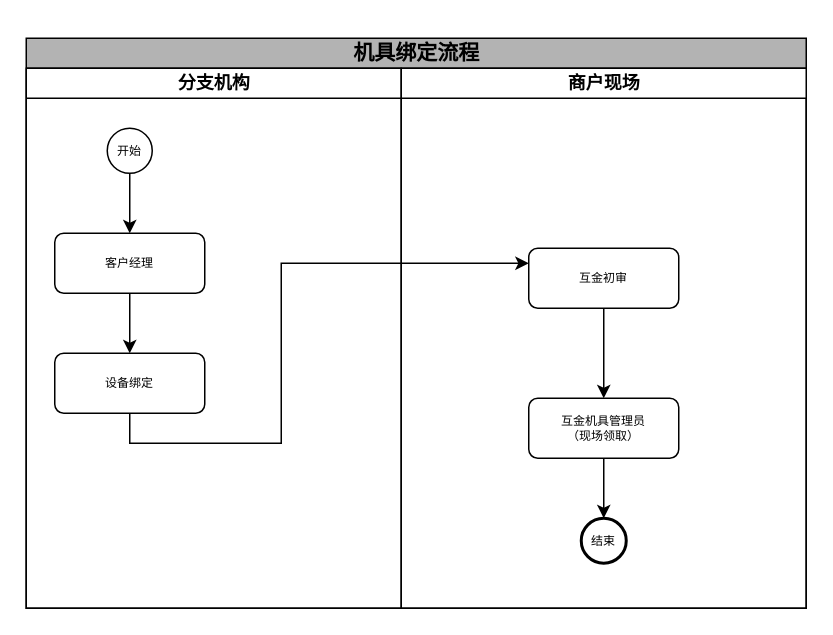
Before: 设备绑定流程.drawio in zhao123456/draw, a draw.io diagram. Source tidied: cells renumbered, new cells numbered last; positions are measured from the earlier drawing's top-left corner, leaving out a move shared by most shapes. Both pictures are drawn from the tidied source at 150%, with x=0, y=0 at pixel (26, 38). Pictures stored in the file or linked from it are replaced by grey dashed boxes.
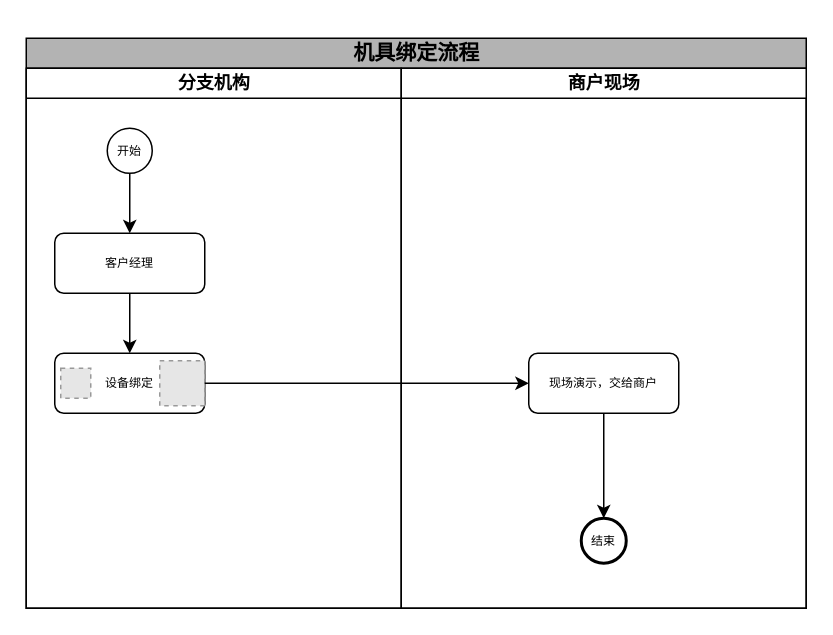
The same page after the edit.

Commit message (it also covers changes not shown here):
更新设备绑定流程.drawio

Diff of the diagram source:
```diff
@@
 <mxGraphModel>
   <root>
     <mxCell id="0" />
     <mxCell id="1" parent="0" />
     <mxCell id="2" value="&lt;h2&gt;&lt;span style=&quot;font-size: 14px;&quot;&gt;机具绑定流程&lt;/span&gt;&lt;/h2&gt;" style="swimlane;html=1;startSize=20;rounded=0;shadow=0;labelBackgroundColor=none;strokeWidth=1;fontFamily=Verdana;fontSize=8;align=center;fillColor=#B3B3B3;" parent="1" vertex="1">
       <mxGeometry width="520" height="380" as="geometry" />
     </mxCell>
     <mxCell id="3" value="分支机构" style="swimlane;html=1;startSize=20;" parent="2" vertex="1">
       <mxGeometry y="20" width="250" height="360" as="geometry" />
     </mxCell>
     <mxCell id="4" style="edgeStyle=orthogonalEdgeStyle;rounded=0;jettySize=auto;html=1;entryX=0.5;entryY=0;entryDx=0;entryDy=0;" parent="3" edge="1" source="5" target="7">
       <mxGeometry relative="1" as="geometry" />
     </mxCell>
     <mxCell id="5" value="开始" style="ellipse;whiteSpace=wrap;html=1;rounded=0;shadow=0;labelBackgroundColor=none;strokeWidth=1;fontFamily=Verdana;fontSize=8;align=center;" parent="3" vertex="1">
       <mxGeometry x="54" y="40" width="30" height="30" as="geometry" />
     </mxCell>
     <mxCell id="6" style="edgeStyle=orthogonalEdgeStyle;rounded=0;jettySize=auto;html=1;entryX=0.5;entryY=0;entryDx=0;entryDy=0;" parent="3" edge="1" source="7" target="8">
       <mxGeometry relative="1" as="geometry" />
     </mxCell>
     <mxCell id="7" value="客户经理" style="rounded=1;whiteSpace=wrap;html=1;shadow=0;labelBackgroundColor=none;strokeWidth=1;fontFamily=Verdana;fontSize=8;align=center;" parent="3" vertex="1">
       <mxGeometry x="19" y="110" width="100" height="40" as="geometry" />
     </mxCell>
     <mxCell id="8" value="设备绑定" style="rounded=1;whiteSpace=wrap;html=1;shadow=0;labelBackgroundColor=none;strokeWidth=1;fontFamily=Verdana;fontSize=8;align=center;" parent="3" vertex="1">
       <mxGeometry x="19" y="190" width="100" height="40" as="geometry" />
     </mxCell>
+    <mxCell id="16" style="fillColor=#E6E6E6;strokeColor=#999999;dashed=1;verticalLabelPosition=bottom;labelBackgroundColor=default;verticalAlign=top;" parent="3" vertex="1">
+      <mxGeometry x="89" y="195" width="30" height="30" as="geometry" />
+    </mxCell>
+    <mxCell id="17" style="fillColor=#E6E6E6;strokeColor=#999999;dashed=1;verticalLabelPosition=bottom;labelBackgroundColor=default;verticalAlign=top;" parent="3" vertex="1">
+      <mxGeometry x="23" y="200" width="20" height="20" as="geometry" />
+    </mxCell>
     <mxCell id="9" value="商户现场" style="swimlane;html=1;startSize=20;" parent="2" vertex="1">
       <mxGeometry x="250" y="20" width="270" height="360" as="geometry" />
     </mxCell>
-    <mxCell id="10" style="edgeStyle=orthogonalEdgeStyle;rounded=0;jettySize=auto;html=1;" parent="9" edge="1" source="11" target="13">
-      <mxGeometry relative="1" as="geometry" />
-    </mxCell>
-    <mxCell id="11" value="互金初审" style="rounded=1;whiteSpace=wrap;html=1;shadow=0;labelBackgroundColor=none;strokeWidth=1;fontFamily=Verdana;fontSize=8;align=center;" parent="9" vertex="1">
-      <mxGeometry x="85" y="120" width="100" height="40" as="geometry" />
-    </mxCell>
     <mxCell id="12" style="edgeStyle=orthogonalEdgeStyle;rounded=0;jettySize=auto;html=1;" parent="9" edge="1" source="13" target="14">
       <mxGeometry relative="1" as="geometry" />
     </mxCell>
-    <mxCell id="13" value="互金机具管理员&lt;div&gt;（现场领取）&lt;/div&gt;" style="rounded=1;whiteSpace=wrap;html=1;shadow=0;labelBackgroundColor=none;strokeWidth=1;fontFamily=Verdana;fontSize=8;align=center;" parent="9" vertex="1">
-      <mxGeometry x="85" y="220" width="100" height="40" as="geometry" />
+    <mxCell id="13" value="现场演示，交给商户" style="rounded=1;whiteSpace=wrap;html=1;shadow=0;labelBackgroundColor=none;strokeWidth=1;fontFamily=Verdana;fontSize=8;align=center;" parent="9" vertex="1">
+      <mxGeometry x="85" y="190" width="100" height="40" as="geometry" />
     </mxCell>
     <mxCell id="14" value="结束" style="ellipse;whiteSpace=wrap;html=1;rounded=0;shadow=0;labelBackgroundColor=none;strokeWidth=2;fontFamily=Verdana;fontSize=8;align=center;" parent="9" vertex="1">
       <mxGeometry x="120" y="300" width="30" height="30" as="geometry" />
     </mxCell>
-    <mxCell id="15" style="edgeStyle=orthogonalEdgeStyle;rounded=0;jettySize=auto;html=1;entryX=0;entryY=0.25;entryDx=0;entryDy=0;" parent="2" edge="1" source="8" target="11">
-      <mxGeometry relative="1" as="geometry">
-        <Array as="points">
-          <mxPoint x="170" y="270" />
-          <mxPoint x="170" y="150" />
-        </Array>
-      </mxGeometry>
-    </mxCell>
+    <mxCell id="18" style="edgeStyle=orthogonalEdgeStyle;rounded=0;jettySize=auto;html=1;entryX=0;entryY=0.5;entryDx=0;entryDy=0;" parent="2" edge="1" source="8" target="13">
+      <mxGeometry relative="1" as="geometry" />
+    </mxCell>
   </root>
 </mxGraphModel>
```
